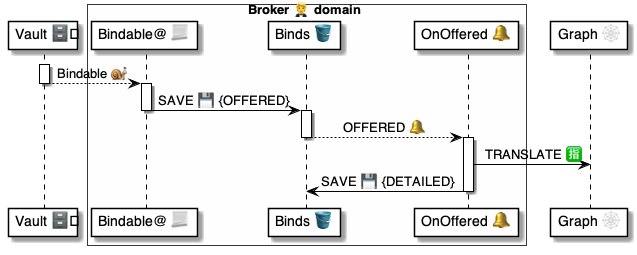
This is 4 ⚙️ Solution/20 🧑‍🦰 UI/Brokers 🤵/🤵🪣 Broker tables/Binds 🔗 table/🪣🔔 1 Offered/🤵 OnBindOffered ⚙️ uml.png from pollyweb-org/pollyweb-docs, a PlantUML export, as it was before one commit. Its source is kept beside it as 4 ⚙️ Solution/20 🧑‍🦰 UI/Brokers 🤵/🤵🪣 Broker tables/Binds 🔗 table/🪣🔔 1 Offered/🤵 OnBindOffered ⚙️ uml.puml. Its diagram source:
```plantuml
@startuml OnBindOffered

participant "Vault 🗄️" as vault

box Broker 🤵 domain #FFFFFA
    participant "Bindable@ 📃" as script
    participant "Binds 🪣" as binds
    participant "OnOffered 🔔" as handler
end box

participant "Graph 🕸" as graph


activate vault
    vault --> script: Bindable 🐌
deactivate vault

activate script
    script -> binds: SAVE 💾 {OFFERED}
deactivate script

activate binds
    binds --> handler: OFFERED 🔔
deactivate binds

activate handler
    handler -> graph: TRANSLATE 🈯
    handler ->  binds: SAVE 💾 {DETAILED}
deactivate handler


@enduml
```
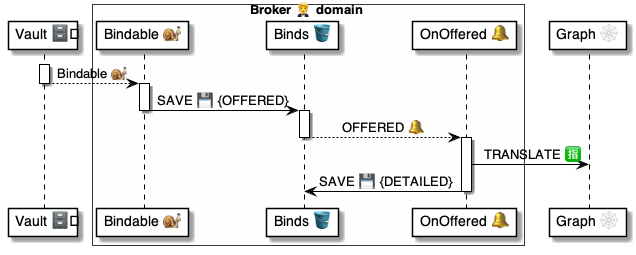
After the commit.

The edit, as a diff of the source:
```diff
@@ -3,7 +3,7 @@
 participant "Vault 🗄️" as vault
 
 box Broker 🤵 domain #FFFFFA
-    participant "Bindable@ 📃" as script
+    participant "Bindable 🐌" as script
     participant "Binds 🪣" as binds
     participant "OnOffered 🔔" as handler
 end box
```
